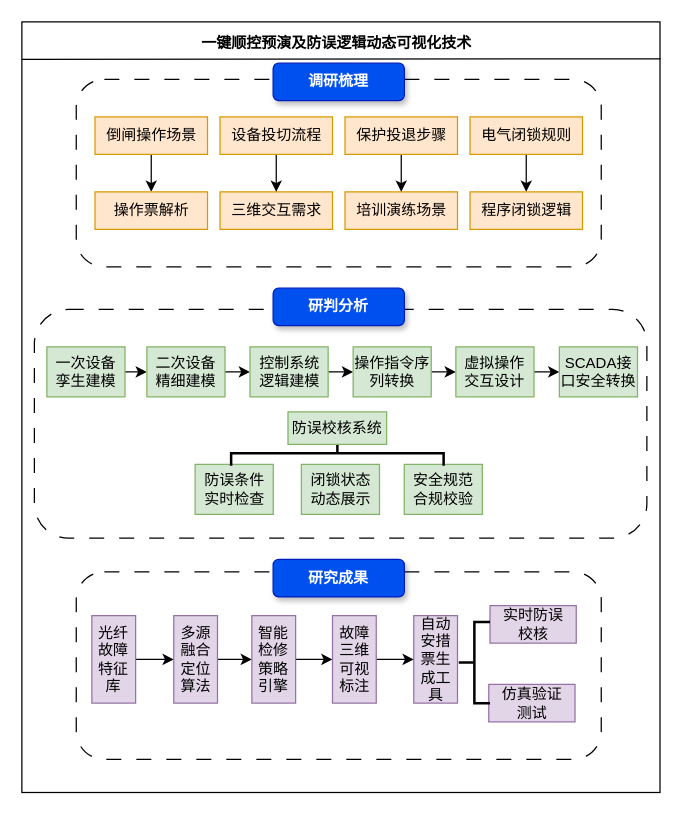
This is 技术路线架构3.drawio from ofjosfre/drawio-backup, a draw.io file, before an edit. Source tidied: cells renumbered, new cells numbered last; positions are measured from the earlier drawing's top-left corner, leaving out a move shared by most shapes. Both pictures are drawn from the tidied source at 125%, with x=0, y=0 at pixel (-45, 25).
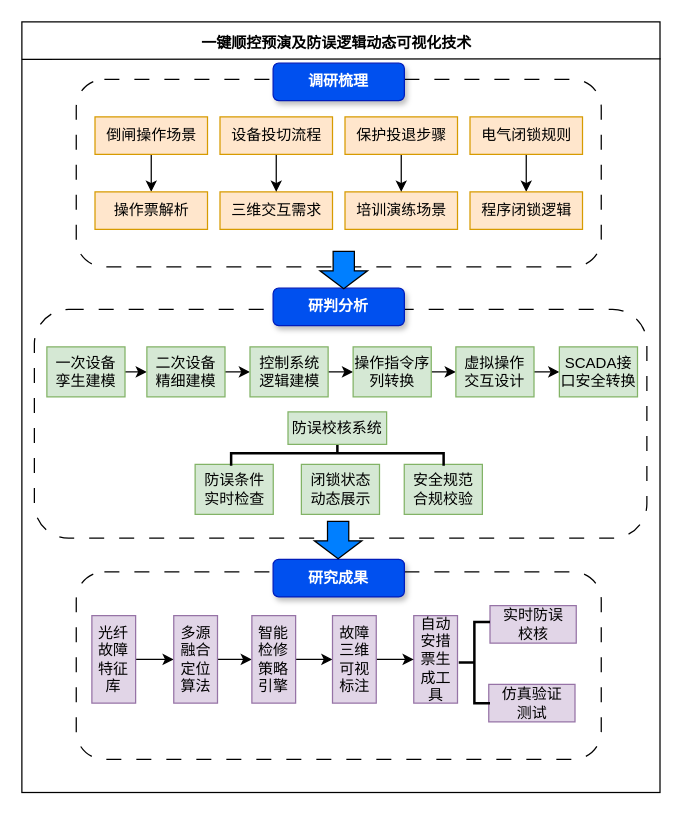
The same page after the edit.

Commit message:
更新技术路线架构3.drawio

The edit, as a diff of the source:
```diff
@@
+    <mxCell id="51" style="shape=flexArrow;endArrow=classic;html=1;rounded=0;fillColor=#007FFF;fillStyle=solid;width=17;endSize=4.44;" parent="1" edge="1">
+      <mxGeometry relative="1" as="geometry">
+        <mxPoint x="310.5" y="180" as="sourcePoint" />
+        <mxPoint x="310.5" y="211" as="targetPoint" />
+      </mxGeometry>
+    </mxCell>
+    <mxCell id="52" style="shape=flexArrow;endArrow=classic;html=1;rounded=0;fillColor=#007FFF;fillStyle=solid;width=17;endSize=4.44;" parent="1" edge="1">
+      <mxGeometry relative="1" as="geometry">
+        <mxPoint x="306" y="396" as="sourcePoint" />
+        <mxPoint x="306" y="427" as="targetPoint" />
+      </mxGeometry>
+    </mxCell>
```
